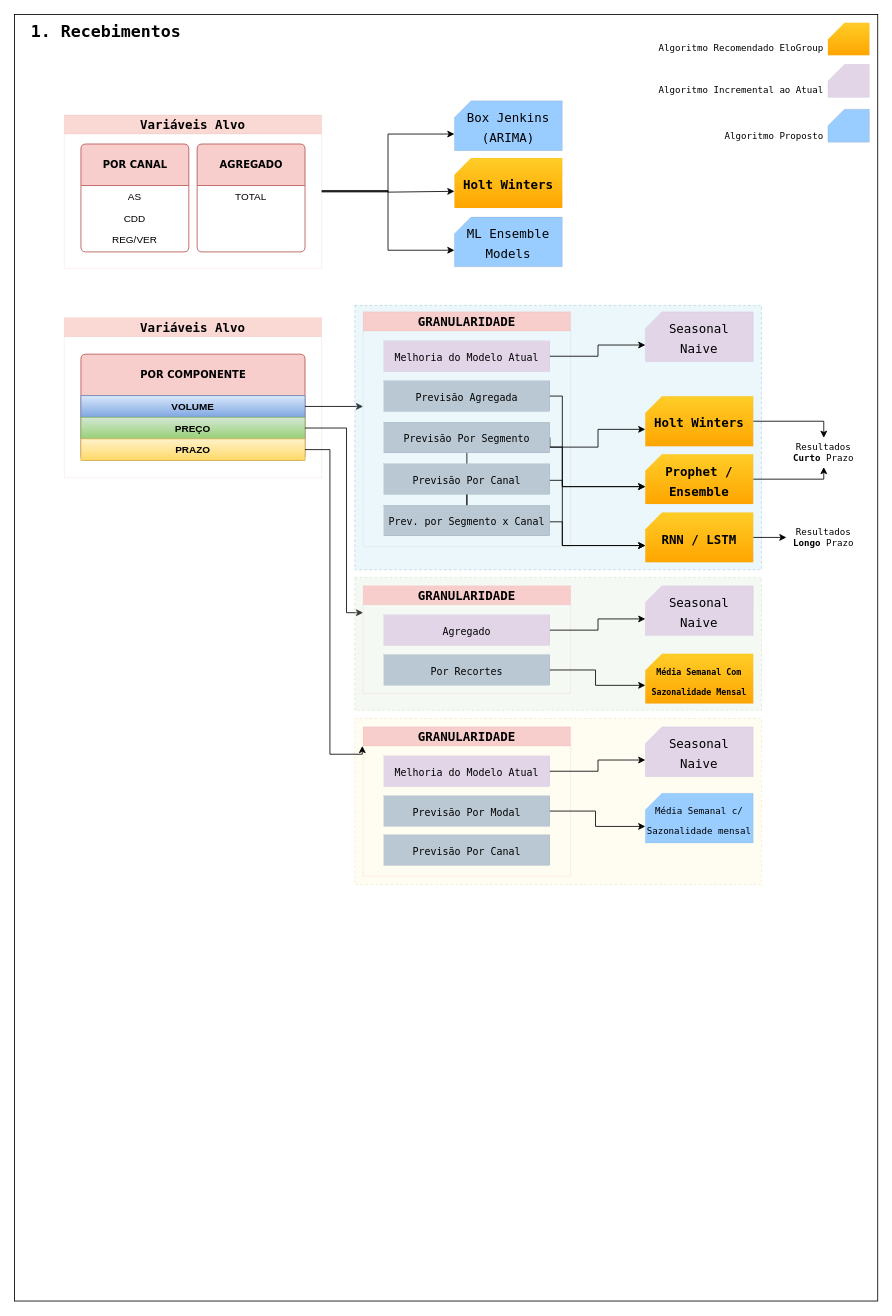
The draw.io diagram Untitled Diagram.drawio in thiago3442/intermediate-python-course, before the edit. Source tidied: cells renumbered, new cells numbered last; positions are measured from the earlier drawing's top-left corner, leaving out a move shared by most shapes. Both pictures are drawn from the tidied source at 83%, with x=0, y=0 at pixel (14, 14).
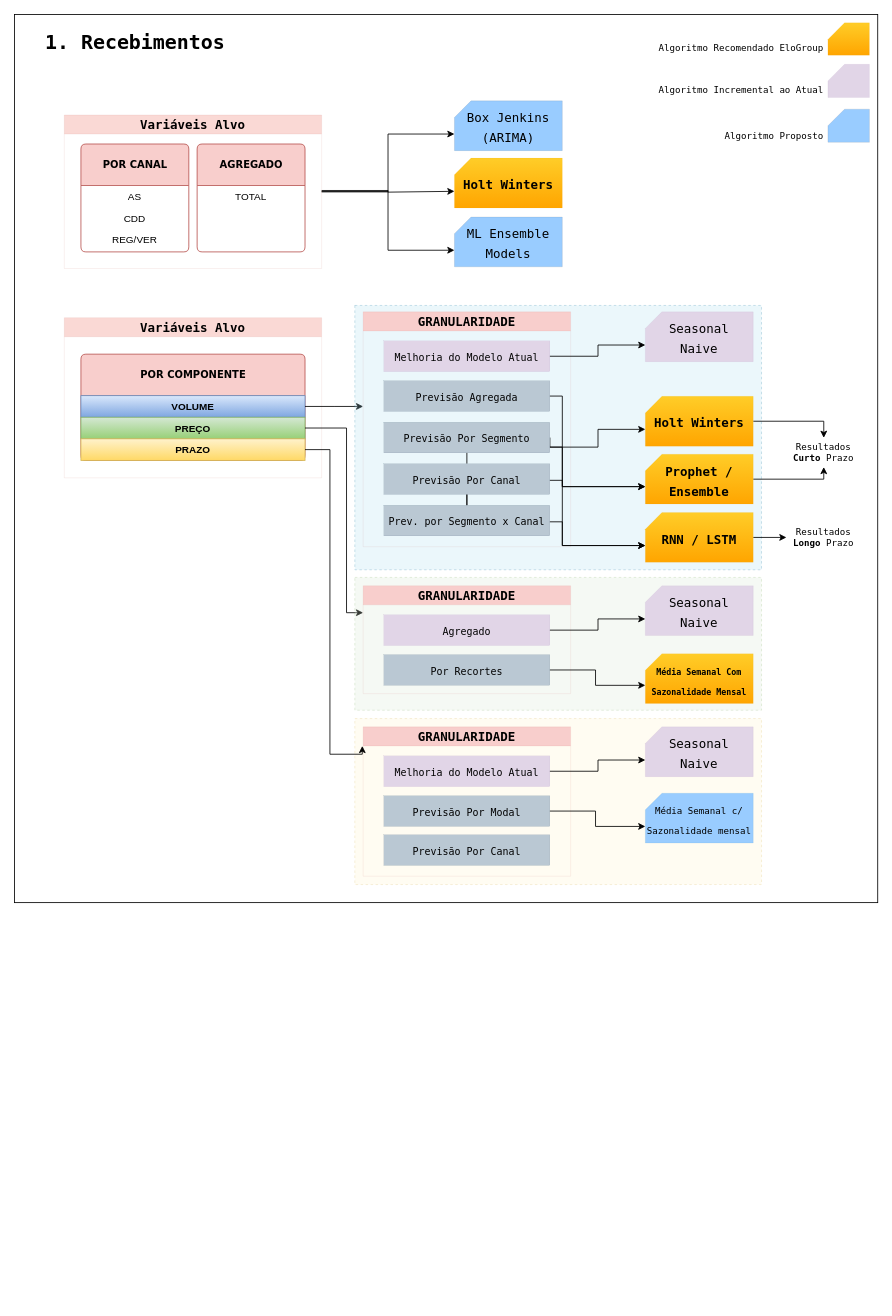
The same diagram, later.

Diff of the diagram source:
```diff
@@
     <mxCell id="2" style="whiteSpace=wrap;html=1;" parent="1" vertex="1">
-      <mxGeometry width="1040" height="1550" as="geometry" />
+      <mxGeometry width="1040" height="1070" as="geometry" />
     </mxCell>
-    <mxCell id="3" value="1. Recebimentos" style="text;html=1;align=center;verticalAlign=middle;rounded=0;strokeWidth=0;fontSize=20;fontStyle=1;fontFamily=Lucida Console;" parent="1" vertex="1">
-      <mxGeometry x="10" y="4" width="200" height="30" as="geometry" />
+    <mxCell id="3" value="&lt;font style=&quot;font-size: 24px&quot;&gt;1. Recebimentos&lt;/font&gt;" style="text;html=1;align=center;verticalAlign=middle;rounded=0;strokeWidth=0;fontSize=20;fontStyle=1;fontFamily=Lucida Console;" parent="1" vertex="1">
+      <mxGeometry x="25" y="19" width="240" height="30" as="geometry" />
     </mxCell>
```
